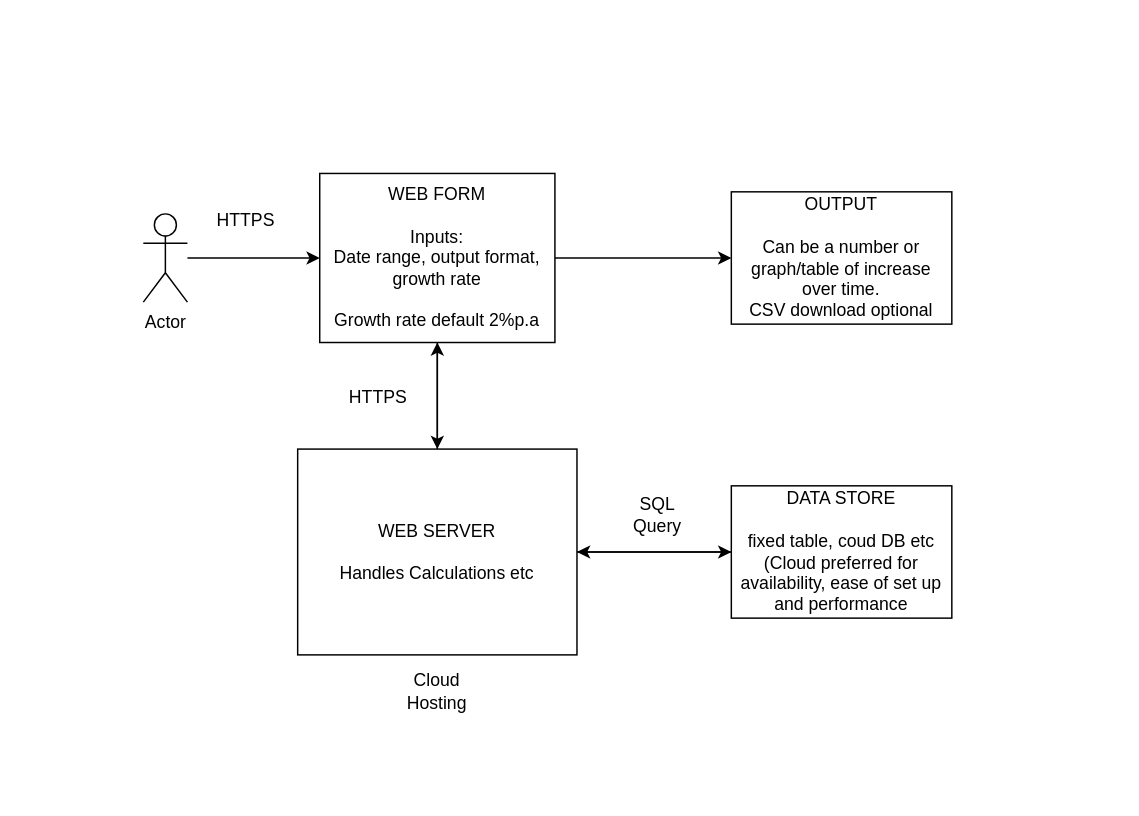
Before: Untitled Diagram.drawio in Lyrefox/system-for-sydney-tree-population, a draw.io diagram. Source tidied: cells renumbered, new cells numbered last; positions are measured from the earlier drawing's top-left corner, leaving out a move shared by most shapes. Both pictures are drawn from the tidied source at 147%, with x=0, y=0 at pixel (143, 172).
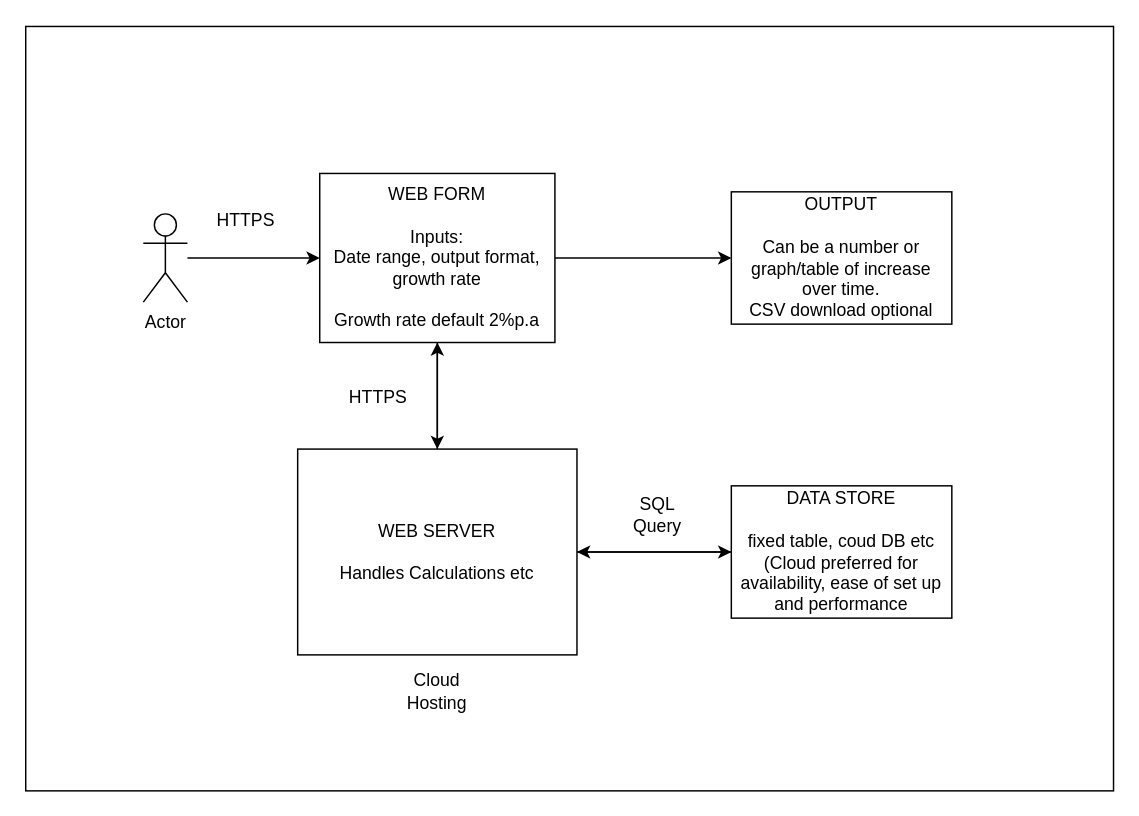
Above is the later version.

The edit, as a diff of the source:
```diff
@@
 <mxGraphModel>
   <root>
     <mxCell id="0" />
     <mxCell id="1" parent="0" />
+    <mxCell id="17" style="rounded=0;whiteSpace=wrap;html=1;" parent="1" vertex="1">
+      <mxGeometry x="-80" y="-99.5" width="740" height="520" as="geometry" />
+    </mxCell>
     <mxCell id="2" style="edgeStyle=orthogonalEdgeStyle;rounded=0;jettySize=auto;html=1;" parent="1" edge="1" source="4" target="7">
       <mxGeometry relative="1" as="geometry" />
     </mxCell>
     <mxCell id="3" style="edgeStyle=orthogonalEdgeStyle;rounded=0;jettySize=auto;html=1;" parent="1" edge="1" source="4" target="10">
       <mxGeometry relative="1" as="geometry" />
     </mxCell>
     <mxCell id="4" value="WEB FORM&lt;br&gt;&lt;br&gt;Inputs:&lt;br&gt;Date range, output format, growth rate&lt;br&gt;&lt;br&gt;Growth rate default 2%p.a" style="rounded=0;whiteSpace=wrap;html=1;" parent="1" vertex="1">
       <mxGeometry x="120" y="0.5" width="160" height="115" as="geometry" />
     </mxCell>
     <mxCell id="5" style="edgeStyle=orthogonalEdgeStyle;rounded=0;jettySize=auto;html=1;entryX=0;entryY=0.5;entryDx=0;entryDy=0;" parent="1" edge="1" source="6" target="4">
       <mxGeometry relative="1" as="geometry" />
     </mxCell>
     <mxCell id="6" value="Actor" style="shape=umlActor;verticalLabelPosition=bottom;verticalAlign=top;html=1;outlineConnect=0;" parent="1" vertex="1">
       <mxGeometry y="28" width="30" height="60" as="geometry" />
     </mxCell>
     <mxCell id="7" value="OUTPUT&lt;br&gt;&lt;br&gt;Can be a number or graph/table of increase over time.&lt;br&gt;CSV download optional" style="rounded=0;whiteSpace=wrap;html=1;" parent="1" vertex="1">
       <mxGeometry x="400" y="13" width="150" height="90" as="geometry" />
     </mxCell>
     <mxCell id="8" style="edgeStyle=orthogonalEdgeStyle;rounded=0;jettySize=auto;html=1;" parent="1" edge="1" source="10" target="12">
       <mxGeometry relative="1" as="geometry" />
     </mxCell>
     <mxCell id="9" style="edgeStyle=orthogonalEdgeStyle;rounded=0;jettySize=auto;html=1;entryX=0.5;entryY=1;entryDx=0;entryDy=0;" parent="1" edge="1" source="10" target="4">
       <mxGeometry relative="1" as="geometry" />
     </mxCell>
     <mxCell id="10" value="WEB SERVER&lt;br&gt;&lt;br&gt;Handles Calculations etc" style="rounded=0;whiteSpace=wrap;html=1;" parent="1" vertex="1">
       <mxGeometry x="105" y="188" width="190" height="140" as="geometry" />
     </mxCell>
     <mxCell id="11" style="edgeStyle=orthogonalEdgeStyle;rounded=0;jettySize=auto;html=1;entryX=1;entryY=0.5;entryDx=0;entryDy=0;" parent="1" edge="1" source="12" target="10">
       <mxGeometry relative="1" as="geometry" />
     </mxCell>
     <mxCell id="12" value="DATA STORE&lt;br&gt;&lt;br&gt;fixed table, coud DB etc&lt;br&gt;(Cloud preferred for availability, ease of set up and performance" style="rounded=0;whiteSpace=wrap;html=1;" parent="1" vertex="1">
       <mxGeometry x="400" y="213" width="150" height="90" as="geometry" />
     </mxCell>
     <mxCell id="13" value="HTTPS" style="text;html=1;strokeColor=none;fillColor=none;align=center;verticalAlign=middle;whiteSpace=wrap;rounded=0;" parent="1" vertex="1">
       <mxGeometry x="40" y="18" width="60" height="30" as="geometry" />
     </mxCell>
     <mxCell id="14" value="HTTPS" style="text;html=1;strokeColor=none;fillColor=none;align=center;verticalAlign=middle;whiteSpace=wrap;rounded=0;" parent="1" vertex="1">
       <mxGeometry x="130" y="138" width="60" height="30" as="geometry" />
     </mxCell>
     <mxCell id="15" value="SQL Query" style="text;html=1;strokeColor=none;fillColor=none;align=center;verticalAlign=middle;whiteSpace=wrap;rounded=0;" parent="1" vertex="1">
       <mxGeometry x="320" y="218" width="60" height="30" as="geometry" />
     </mxCell>
     <mxCell id="16" value="Cloud Hosting" style="text;html=1;strokeColor=none;fillColor=none;align=center;verticalAlign=middle;whiteSpace=wrap;rounded=0;" parent="1" vertex="1">
       <mxGeometry x="170" y="338" width="60" height="30" as="geometry" />
     </mxCell>
   </root>
 </mxGraphModel>
```
